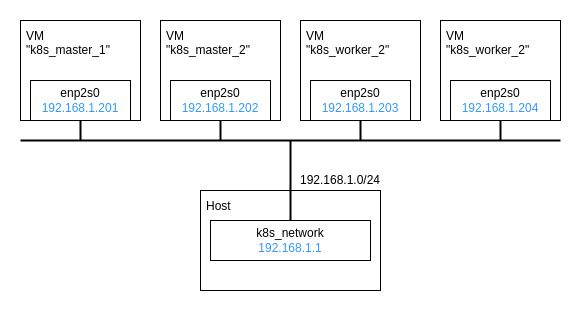
Before: kubernetes/images/network_architecture.drawio.png, a diagram exported from draw.io (sawa2d2/k8s-on-kvm). Source tidied: cells renumbered, new cells last; positions are measured from the earlier drawing's top-left corner, leaving out a move shared by most shapes.
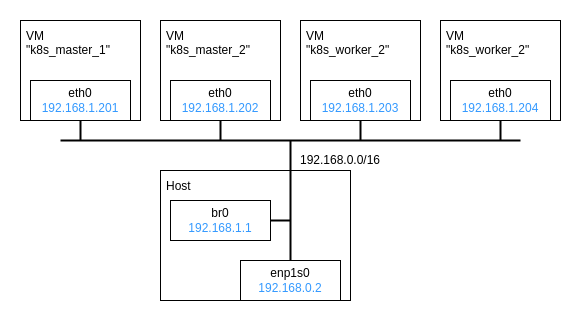
The same file after the commit.

Change to the diagram source:
```diff
@@ -3,18 +3,18 @@
     <mxCell id="0" />
     <mxCell id="1" parent="0" />
     <mxCell id="2" style="rounded=0;whiteSpace=wrap;html=1;strokeColor=none;" parent="1" vertex="1">
-      <mxGeometry width="580" height="310" as="geometry" />
+      <mxGeometry width="580" height="320" as="geometry" />
     </mxCell>
     <mxCell id="3" value="Host" style="rounded=0;whiteSpace=wrap;html=1;align=left;verticalAlign=top;spacingLeft=4;spacingTop=2;" parent="1" vertex="1">
-      <mxGeometry x="200" y="190" width="180" height="100" as="geometry" />
+      <mxGeometry x="160" y="170" width="190" height="130" as="geometry" />
     </mxCell>
-    <mxCell id="4" style="edgeStyle=orthogonalEdgeStyle;rounded=0;jettySize=auto;html=1;exitX=0.5;exitY=0;exitDx=0;exitDy=0;strokeColor=default;fontColor=#3399FF;endArrow=none;endFill=0;strokeWidth=2;" parent="1" edge="1" source="5">
+    <mxCell id="4" style="edgeStyle=orthogonalEdgeStyle;rounded=0;jettySize=auto;html=1;exitX=0.5;exitY=0;exitDx=0;exitDy=0;strokeColor=default;fontColor=#3399FF;endArrow=none;endFill=0;strokeWidth=2;" parent="1" edge="1" source="20">
       <mxGeometry relative="1" as="geometry">
         <mxPoint x="290" y="140" as="targetPoint" />
       </mxGeometry>
     </mxCell>
-    <mxCell id="5" value="k8s_network&lt;br&gt;&lt;font color=&quot;#3399ff&quot;&gt;192.168.1.1&lt;/font&gt;" style="rounded=0;whiteSpace=wrap;html=1;" parent="1" vertex="1">
-      <mxGeometry x="210" y="220" width="160" height="40" as="geometry" />
+    <mxCell id="5" value="br0&lt;br&gt;&lt;font color=&quot;#3399ff&quot;&gt;192.168.1.1&lt;/font&gt;" style="rounded=0;whiteSpace=wrap;html=1;" parent="1" vertex="1">
+      <mxGeometry x="170" y="200" width="100" height="40" as="geometry" />
     </mxCell>
     <mxCell id="6" value="VM&lt;br&gt;&quot;k8s_master_1&quot;" style="rounded=0;whiteSpace=wrap;html=1;verticalAlign=top;align=left;spacingTop=2;spacingLeft=4;" parent="1" vertex="1">
       <mxGeometry x="20" y="20" width="120" height="100" as="geometry" />
@@ -24,13 +24,13 @@
         <mxPoint x="80" y="140" as="targetPoint" />
       </mxGeometry>
     </mxCell>
-    <mxCell id="8" value="enp2s0 &lt;br&gt;&lt;font color=&quot;#3399ff&quot;&gt;192.168.1.201&lt;/font&gt;" style="rounded=0;whiteSpace=wrap;html=1;" parent="1" vertex="1">
+    <mxCell id="8" value="eth0&lt;br&gt;&lt;font color=&quot;#3399ff&quot;&gt;192.168.1.201&lt;/font&gt;" style="rounded=0;whiteSpace=wrap;html=1;" parent="1" vertex="1">
       <mxGeometry x="30" y="80" width="100" height="40" as="geometry" />
     </mxCell>
     <mxCell id="9" value="VM&lt;br&gt;&quot;k8s_master_2&quot;" style="rounded=0;whiteSpace=wrap;html=1;verticalAlign=top;align=left;spacingTop=2;spacingLeft=4;" parent="1" vertex="1">
       <mxGeometry x="160" y="20" width="120" height="100" as="geometry" />
     </mxCell>
-    <mxCell id="10" value="enp2s0 &lt;br&gt;&lt;font color=&quot;#3399ff&quot;&gt;192.168.1.202&lt;/font&gt;" style="rounded=0;whiteSpace=wrap;html=1;" parent="1" vertex="1">
+    <mxCell id="10" value="eth0&lt;br&gt;&lt;font color=&quot;#3399ff&quot;&gt;192.168.1.202&lt;/font&gt;" style="rounded=0;whiteSpace=wrap;html=1;" parent="1" vertex="1">
       <mxGeometry x="170" y="80" width="100" height="40" as="geometry" />
     </mxCell>
     <mxCell id="11" value="VM&lt;br&gt;&quot;k8s_worker_2&quot;" style="rounded=0;whiteSpace=wrap;html=1;verticalAlign=top;align=left;spacingTop=2;spacingLeft=4;" parent="1" vertex="1">
@@ -41,22 +41,22 @@
         <mxPoint x="360" y="140" as="targetPoint" />
       </mxGeometry>
     </mxCell>
-    <mxCell id="13" value="enp2s0 &lt;br&gt;&lt;font color=&quot;#3399ff&quot;&gt;192.168.1.203&lt;/font&gt;" style="rounded=0;whiteSpace=wrap;html=1;" parent="1" vertex="1">
+    <mxCell id="13" value="eth0&lt;br&gt;&lt;font color=&quot;#3399ff&quot;&gt;192.168.1.203&lt;/font&gt;" style="rounded=0;whiteSpace=wrap;html=1;" parent="1" vertex="1">
       <mxGeometry x="310" y="80" width="100" height="40" as="geometry" />
     </mxCell>
     <mxCell id="14" style="endArrow=none;html=1;rounded=0;strokeColor=default;fontColor=#3399FF;strokeWidth=2;" parent="1" edge="1">
       <mxGeometry relative="1" as="geometry">
-        <mxPoint x="20" y="140" as="sourcePoint" />
-        <mxPoint x="560" y="140" as="targetPoint" />
+        <mxPoint x="60" y="140" as="sourcePoint" />
+        <mxPoint x="520" y="140" as="targetPoint" />
       </mxGeometry>
     </mxCell>
-    <mxCell id="15" value="&lt;font&gt;192.168.1.0/24&lt;/font&gt;" style="rounded=0;whiteSpace=wrap;html=1;strokeColor=none;fillColor=none;fontColor=default;" parent="1" vertex="1">
-      <mxGeometry x="290" y="170" width="100" height="20" as="geometry" />
+    <mxCell id="15" value="&lt;font&gt;192.168.0.0/16&lt;/font&gt;" style="rounded=0;whiteSpace=wrap;html=1;strokeColor=none;fillColor=none;fontColor=default;" parent="1" vertex="1">
+      <mxGeometry x="290" y="150" width="100" height="20" as="geometry" />
     </mxCell>
     <mxCell id="16" value="VM&lt;br&gt;&quot;k8s_worker_2&quot;" style="rounded=0;whiteSpace=wrap;html=1;verticalAlign=top;align=left;spacingTop=2;spacingLeft=4;" parent="1" vertex="1">
       <mxGeometry x="440" y="20" width="120" height="100" as="geometry" />
     </mxCell>
-    <mxCell id="17" value="enp2s0 &lt;br&gt;&lt;font color=&quot;#3399ff&quot;&gt;192.168.1.204&lt;/font&gt;" style="rounded=0;whiteSpace=wrap;html=1;" parent="1" vertex="1">
+    <mxCell id="17" value="eth0&lt;br&gt;&lt;font color=&quot;#3399ff&quot;&gt;192.168.1.204&lt;/font&gt;" style="rounded=0;whiteSpace=wrap;html=1;" parent="1" vertex="1">
       <mxGeometry x="450" y="80" width="100" height="40" as="geometry" />
     </mxCell>
     <mxCell id="18" style="edgeStyle=orthogonalEdgeStyle;rounded=0;jettySize=auto;html=1;exitX=0.5;exitY=1;exitDx=0;exitDy=0;strokeColor=default;fontColor=#3399FF;endArrow=none;endFill=0;strokeWidth=2;" parent="1" edge="1" source="17">
@@ -69,5 +69,13 @@
         <mxPoint x="220" y="140" as="targetPoint" />
       </mxGeometry>
     </mxCell>
+    <mxCell id="20" value="enp1s0&lt;br&gt;&lt;font color=&quot;#3399ff&quot;&gt;192.168.0.2&lt;/font&gt;" style="rounded=0;whiteSpace=wrap;html=1;" parent="1" vertex="1">
+      <mxGeometry x="240" y="260" width="100" height="40" as="geometry" />
+    </mxCell>
+    <mxCell id="21" style="edgeStyle=orthogonalEdgeStyle;rounded=0;jettySize=auto;html=1;strokeColor=default;fontColor=#3399FF;endArrow=none;endFill=0;strokeWidth=2;exitX=1;exitY=0.5;exitDx=0;exitDy=0;" parent="1" edge="1" source="5">
+      <mxGeometry relative="1" as="geometry">
+        <mxPoint x="290" y="220" as="targetPoint" />
+      </mxGeometry>
+    </mxCell>
   </root>
 </mxGraphModel>
```
